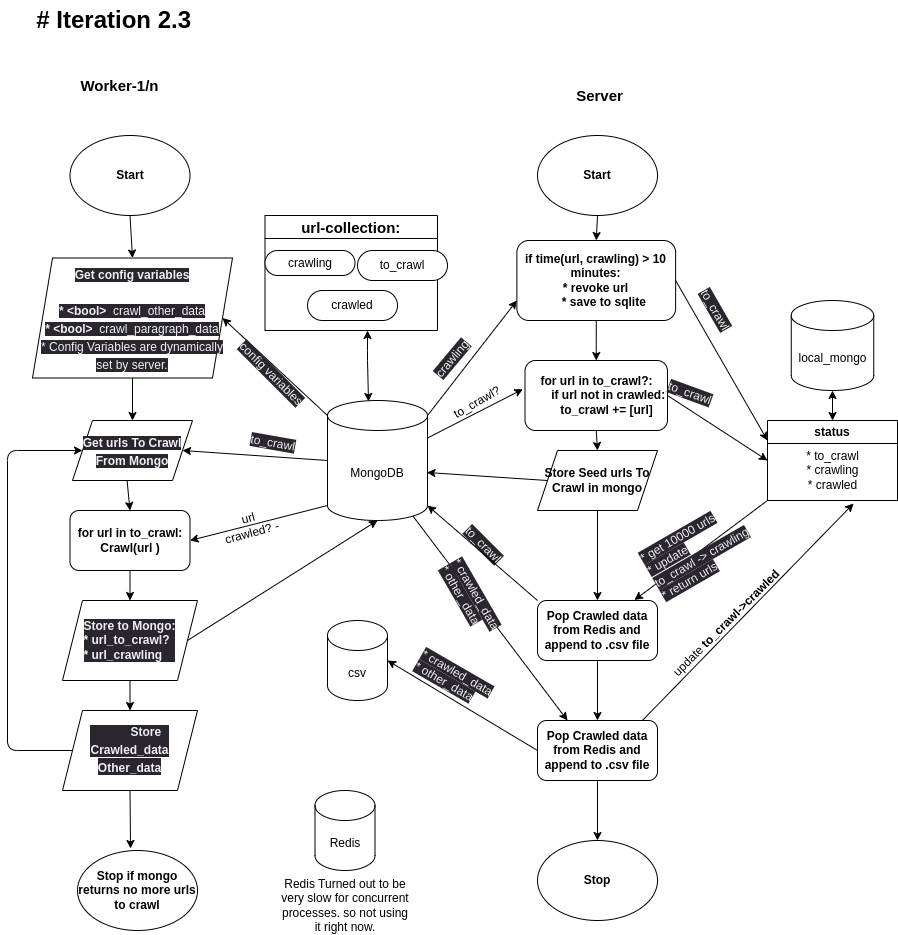
This is server/workflow.png from Aananda-giri/scrapy_engine, a draw.io export, as it was before one commit. Source tidied: cells renumbered, new cells last; positions are measured from the earlier drawing's top-left corner, leaving out a move shared by most shapes.
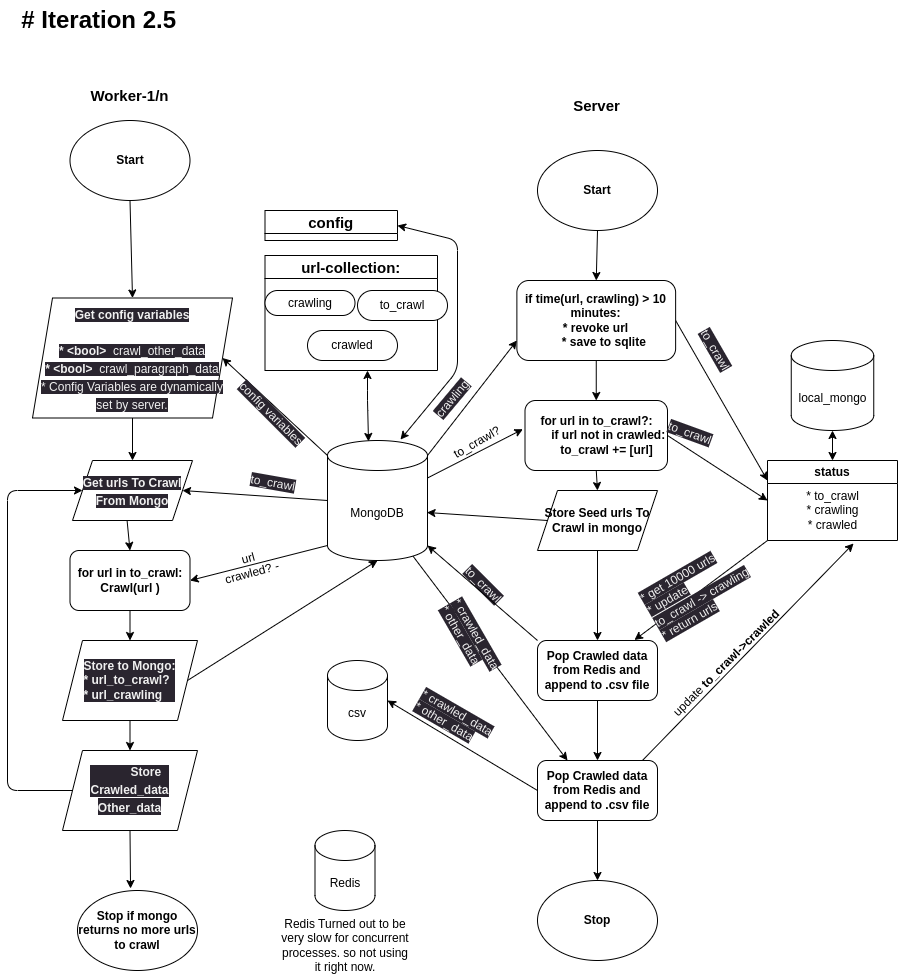
Later version of the same file.

Diff of the diagram source:
```diff
@@ -18,7 +18,7 @@
       <mxGeometry relative="1" as="geometry" />
     </mxCell>
     <mxCell id="7" value="Start" style="ellipse;whiteSpace=wrap;html=1;fontStyle=1;" parent="1" vertex="1">
-      <mxGeometry x="62.5" y="135" width="120" height="80" as="geometry" />
+      <mxGeometry x="62.5" y="80" width="120" height="80" as="geometry" />
     </mxCell>
     <mxCell id="8" style="edgeStyle=none;html=1;exitX=0.5;exitY=1;exitDx=0;exitDy=0;entryX=0.5;entryY=0;entryDx=0;entryDy=0;" parent="1" edge="1" source="38" target="37">
       <mxGeometry relative="1" as="geometry" />
@@ -42,7 +42,7 @@
       <mxGeometry relative="1" as="geometry" />
     </mxCell>
     <mxCell id="15" value="Start" style="ellipse;whiteSpace=wrap;html=1;fontStyle=1;" parent="1" vertex="1">
-      <mxGeometry x="530" y="135" width="120" height="80" as="geometry" />
+      <mxGeometry x="530" y="110" width="120" height="80" as="geometry" />
     </mxCell>
     <mxCell id="16" style="edgeStyle=none;html=1;exitX=0.5;exitY=1;exitDx=0;exitDy=0;entryX=0.5;entryY=0;entryDx=0;entryDy=0;fontStyle=1;" parent="1" edge="1" source="19" target="20">
       <mxGeometry relative="1" as="geometry" />
@@ -107,10 +107,10 @@
       <mxGeometry x="212.5" y="510" width="60" height="30" as="geometry" />
     </mxCell>
     <mxCell id="35" value="&lt;b&gt;&lt;font style=&quot;font-size: 15px;&quot;&gt;Worker-1/n&lt;/font&gt;&lt;/b&gt;" style="text;html=1;strokeColor=none;fillColor=none;align=center;verticalAlign=middle;whiteSpace=wrap;rounded=0;" parent="1" vertex="1">
-      <mxGeometry x="71.2" y="70" width="82.5" height="30" as="geometry" />
+      <mxGeometry x="81.2" y="40" width="82.5" height="30" as="geometry" />
     </mxCell>
     <mxCell id="36" value="&lt;b&gt;&lt;font style=&quot;font-size: 15px;&quot;&gt;Server&lt;/font&gt;&lt;/b&gt;" style="text;html=1;strokeColor=none;fillColor=none;align=center;verticalAlign=middle;whiteSpace=wrap;rounded=0;" parent="1" vertex="1">
-      <mxGeometry x="551.2" y="80" width="82.5" height="30" as="geometry" />
+      <mxGeometry x="547.5" y="50" width="82.5" height="30" as="geometry" />
     </mxCell>
     <mxCell id="37" value="&lt;div style=&quot;border-color: rgb(0, 0, 0); color: rgb(240, 240, 240); font-family: Helvetica; font-size: 12px; font-style: normal; font-variant-ligatures: normal; font-variant-caps: normal; font-weight: 700; letter-spacing: normal; orphans: 2; text-indent: 0px; text-transform: none; widows: 2; word-spacing: 0px; -webkit-text-stroke-width: 0px; background-color: rgb(42, 37, 47); text-decoration-thickness: initial; text-decoration-style: initial; text-decoration-color: initial; text-align: left;&quot;&gt;&lt;span style=&quot;border-color: rgb(0, 0, 0); background-color: initial;&quot;&gt;&amp;nbsp; &amp;nbsp; &amp;nbsp; &amp;nbsp; &amp;nbsp; &amp;nbsp; Store&amp;nbsp;&lt;/span&gt;&lt;/div&gt;&lt;span style=&quot;border-color: rgb(0, 0, 0); color: rgb(240, 240, 240); font-family: Helvetica; font-style: normal; font-variant-ligatures: normal; font-variant-caps: normal; letter-spacing: normal; orphans: 2; text-indent: 0px; text-transform: none; widows: 2; word-spacing: 0px; -webkit-text-stroke-width: 0px; background-color: rgb(42, 37, 47); text-decoration-thickness: initial; text-decoration-style: initial; text-decoration-color: initial; text-align: left;&quot;&gt;&lt;span style=&quot;font-size: 12px;&quot;&gt;&lt;b&gt;Crawled_data&lt;/b&gt;&lt;/span&gt;&lt;br&gt;&lt;span style=&quot;font-size: 12px;&quot;&gt;&lt;b&gt;Other_data&lt;br&gt;&lt;/b&gt;&lt;/span&gt;&lt;/span&gt;" style="shape=parallelogram;perimeter=parallelogramPerimeter;whiteSpace=wrap;html=1;fixedSize=1;fontSize=15;" parent="1" vertex="1">
       <mxGeometry x="55" y="710" width="135" height="80" as="geometry" />
@@ -124,8 +124,8 @@
     <mxCell id="40" value="Redis Turned out to be very slow for concurrent processes. so not using it right now." style="text;html=1;strokeColor=none;fillColor=none;align=center;verticalAlign=middle;whiteSpace=wrap;rounded=0;rotation=0;" parent="1" vertex="1">
       <mxGeometry x="272.5" y="880" width="130" height="50" as="geometry" />
     </mxCell>
-    <mxCell id="41" value="# Iteration 2.3" style="text;strokeColor=none;fillColor=none;html=1;fontSize=24;fontStyle=1;verticalAlign=middle;align=right;" parent="1" vertex="1">
-      <mxGeometry x="35" width="150" height="40" as="geometry" />
+    <mxCell id="41" value="# Iteration 2.5" style="text;strokeColor=none;fillColor=none;html=1;fontSize=24;fontStyle=1;verticalAlign=middle;align=right;" parent="1" vertex="1">
+      <mxGeometry x="20" y="-40" width="150" height="40" as="geometry" />
     </mxCell>
     <mxCell id="42" value="local_mongo" style="shape=cylinder3;whiteSpace=wrap;html=1;boundedLbl=1;backgroundOutline=1;size=15;" parent="1" vertex="1">
       <mxGeometry x="783.8" y="300" width="82.5" height="90" as="geometry" />
@@ -219,5 +219,16 @@
         </Array>
       </mxGeometry>
     </mxCell>
+    <mxCell id="71" value="config" style="swimlane;fontSize=15;startSize=23;" parent="1" vertex="1">
+      <mxGeometry x="257.5" y="170" width="132.5" height="30" as="geometry" />
+    </mxCell>
+    <mxCell id="72" style="endArrow=classic;startArrow=classic;html=1;fontSize=15;entryX=1;entryY=0.5;entryDx=0;entryDy=0;exitX=0.73;exitY=-0.008;exitDx=0;exitDy=0;exitPerimeter=0;" parent="1" edge="1" source="31" target="71">
+      <mxGeometry relative="1" as="geometry">
+        <Array as="points">
+          <mxPoint x="450" y="330" />
+          <mxPoint x="450" y="200" />
+        </Array>
+      </mxGeometry>
+    </mxCell>
   </root>
 </mxGraphModel>
```
